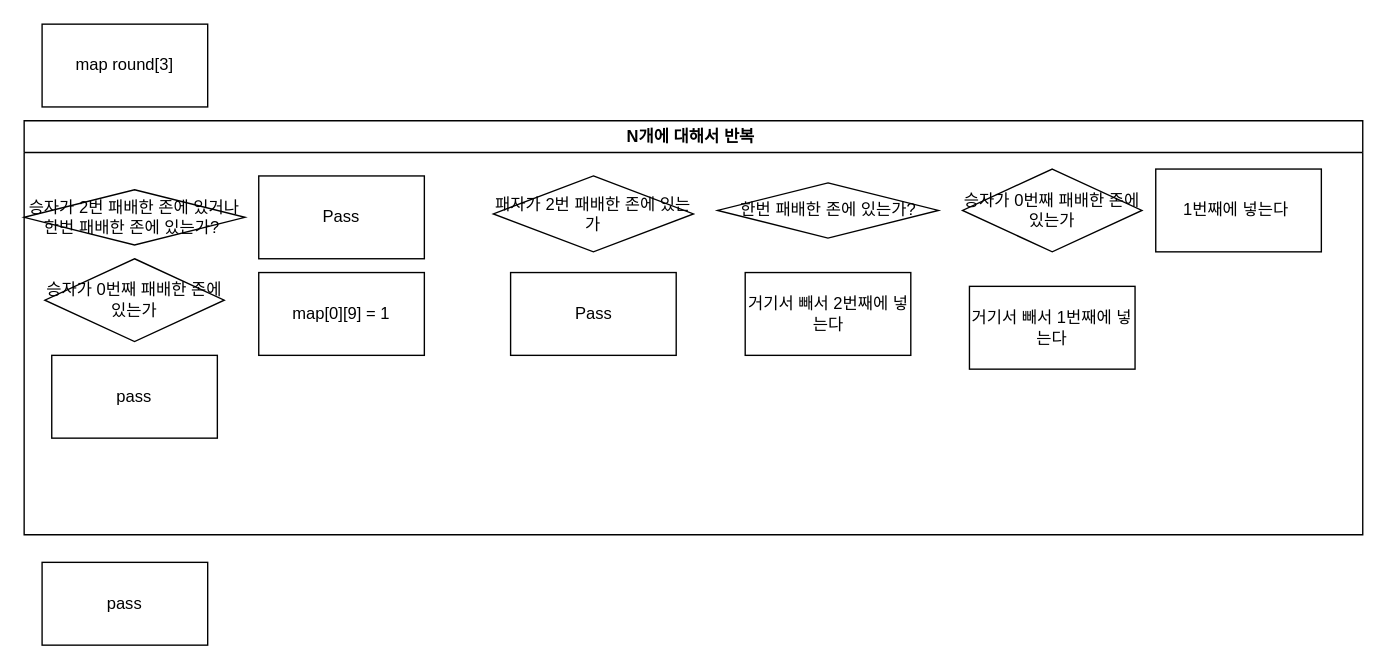
Earlier version of the draw.io diagram C++/2225.drawio (sangbumlikeagod/Leetcode_page). Source tidied: cells renumbered, new cells numbered last; positions are measured from the earlier drawing's top-left corner, leaving out a move shared by most shapes. Both pictures are drawn from the tidied source at 138%, with x=0, y=0 at pixel (23, 23).
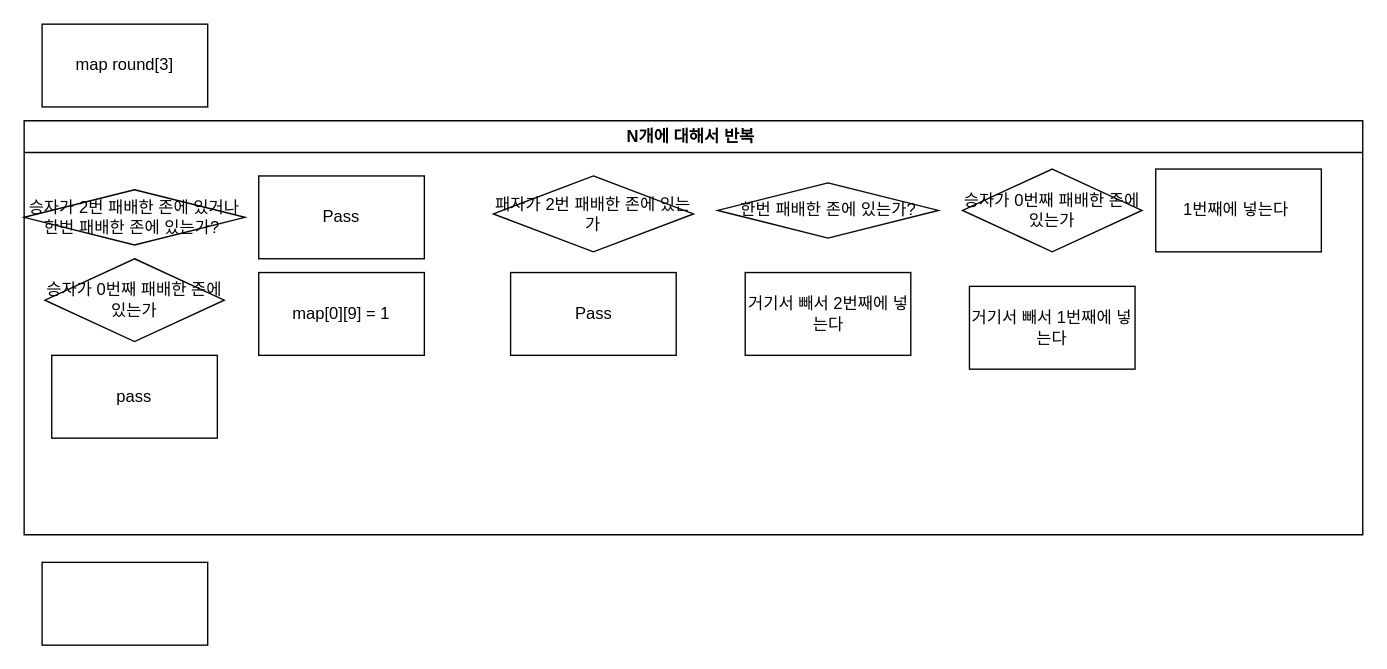
Above is the later version.

Change to the diagram source:
```diff
@@
 <mxGraphModel>
   <root>
     <mxCell id="0" />
     <mxCell id="1" parent="0" />
     <mxCell id="2" value="map round[3]" style="rounded=0;whiteSpace=wrap;html=1;" parent="1" vertex="1">
       <mxGeometry x="13" width="120" height="60" as="geometry" />
     </mxCell>
     <mxCell id="3" value="N개에 대해서 반복&amp;nbsp;" style="swimlane;whiteSpace=wrap;html=1;" parent="1" vertex="1">
       <mxGeometry y="70" width="970" height="300" as="geometry" />
     </mxCell>
     <mxCell id="4" value="승자가 2번 패배한 존에 있거나 한번 패배한 존에 있는가?&amp;nbsp;" style="rounded=0;whiteSpace=wrap;html=1;shape=rhombus;perimeter=rhombusPerimeter;" parent="3" vertex="1">
       <mxGeometry y="50" width="160" height="40" as="geometry" />
     </mxCell>
     <mxCell id="5" value="승자가 0번째 패배한 존에 있는가" style="whiteSpace=wrap;html=1;shape=rhombus;perimeter=rhombusPerimeter;" parent="3" vertex="1">
       <mxGeometry x="15" y="100" width="130" height="60" as="geometry" />
     </mxCell>
     <mxCell id="6" value="pass" style="rounded=0;whiteSpace=wrap;html=1;" parent="3" vertex="1">
       <mxGeometry x="20" y="170" width="120" height="60" as="geometry" />
     </mxCell>
     <mxCell id="7" value="Pass" style="rounded=0;whiteSpace=wrap;html=1;" parent="3" vertex="1">
       <mxGeometry x="170" y="40" width="120" height="60" as="geometry" />
     </mxCell>
     <mxCell id="8" value="패자가 2번 패배한 존에 있는가" style="rhombus;whiteSpace=wrap;html=1;" parent="3" vertex="1">
       <mxGeometry x="340" y="40" width="145" height="55" as="geometry" />
     </mxCell>
     <mxCell id="9" value="&amp;nbsp;한번 패배한 존에 있는가?&amp;nbsp;" style="rounded=0;whiteSpace=wrap;html=1;shape=rhombus;perimeter=rhombusPerimeter;" parent="3" vertex="1">
       <mxGeometry x="502.5" y="45" width="160" height="40" as="geometry" />
     </mxCell>
     <mxCell id="10" value="승자가 0번째 패배한 존에 있는가" style="whiteSpace=wrap;html=1;shape=rhombus;perimeter=rhombusPerimeter;" parent="3" vertex="1">
       <mxGeometry x="680" y="35" width="130" height="60" as="geometry" />
     </mxCell>
     <mxCell id="11" value="1번째에 넣는다&amp;nbsp;" style="rounded=0;whiteSpace=wrap;html=1;" parent="3" vertex="1">
       <mxGeometry x="820" y="35" width="120" height="60" as="geometry" />
     </mxCell>
     <mxCell id="12" value="Pass" style="rounded=0;whiteSpace=wrap;html=1;" parent="3" vertex="1">
       <mxGeometry x="352.5" y="110" width="120" height="60" as="geometry" />
     </mxCell>
     <mxCell id="13" value="map[0][9] = 1" style="rounded=0;whiteSpace=wrap;html=1;" parent="3" vertex="1">
       <mxGeometry x="170" y="110" width="120" height="60" as="geometry" />
     </mxCell>
     <mxCell id="14" value="거기서 빼서 1번째에 넣는다" style="whiteSpace=wrap;html=1;" parent="3" vertex="1">
       <mxGeometry x="685" y="120" width="120" height="60" as="geometry" />
     </mxCell>
     <mxCell id="15" value="거기서 빼서 2번째에 넣는다" style="whiteSpace=wrap;html=1;" parent="3" vertex="1">
       <mxGeometry x="522.5" y="110" width="120" height="60" as="geometry" />
     </mxCell>
-    <mxCell id="16" value="pass" style="rounded=0;whiteSpace=wrap;html=1;" parent="1" vertex="1">
+    <mxCell id="16" value="&amp;nbsp;" style="rounded=0;whiteSpace=wrap;html=1;" parent="1" vertex="1">
       <mxGeometry x="13" y="390" width="120" height="60" as="geometry" />
     </mxCell>
   </root>
 </mxGraphModel>
```
